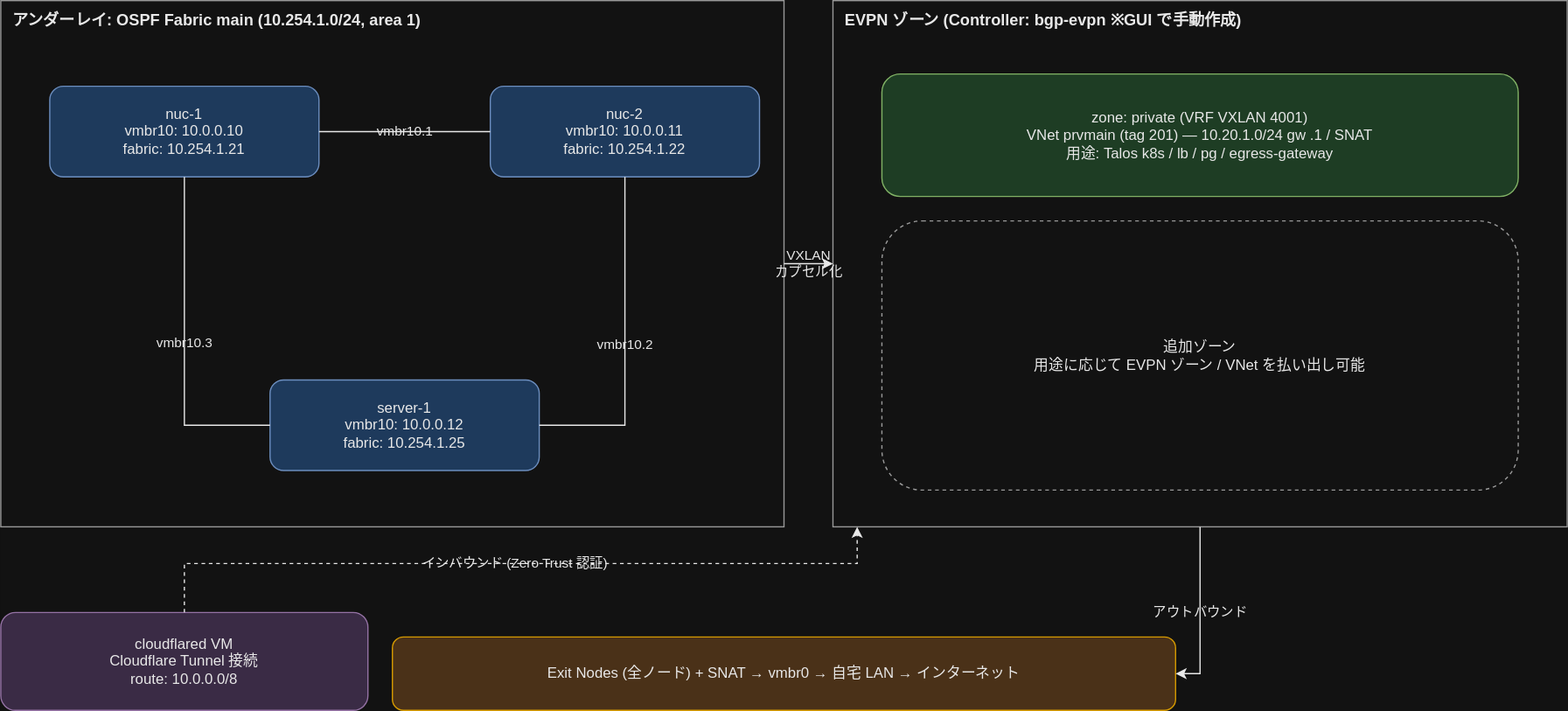
Above: docs/architecture-network.drawio.svg in k-wa-wa/nuage-cluster (draw.io), before the change. Source tidied: cells renumbered, new cells last; positions are measured from the earlier drawing's top-left corner, leaving out a move shared by most shapes.
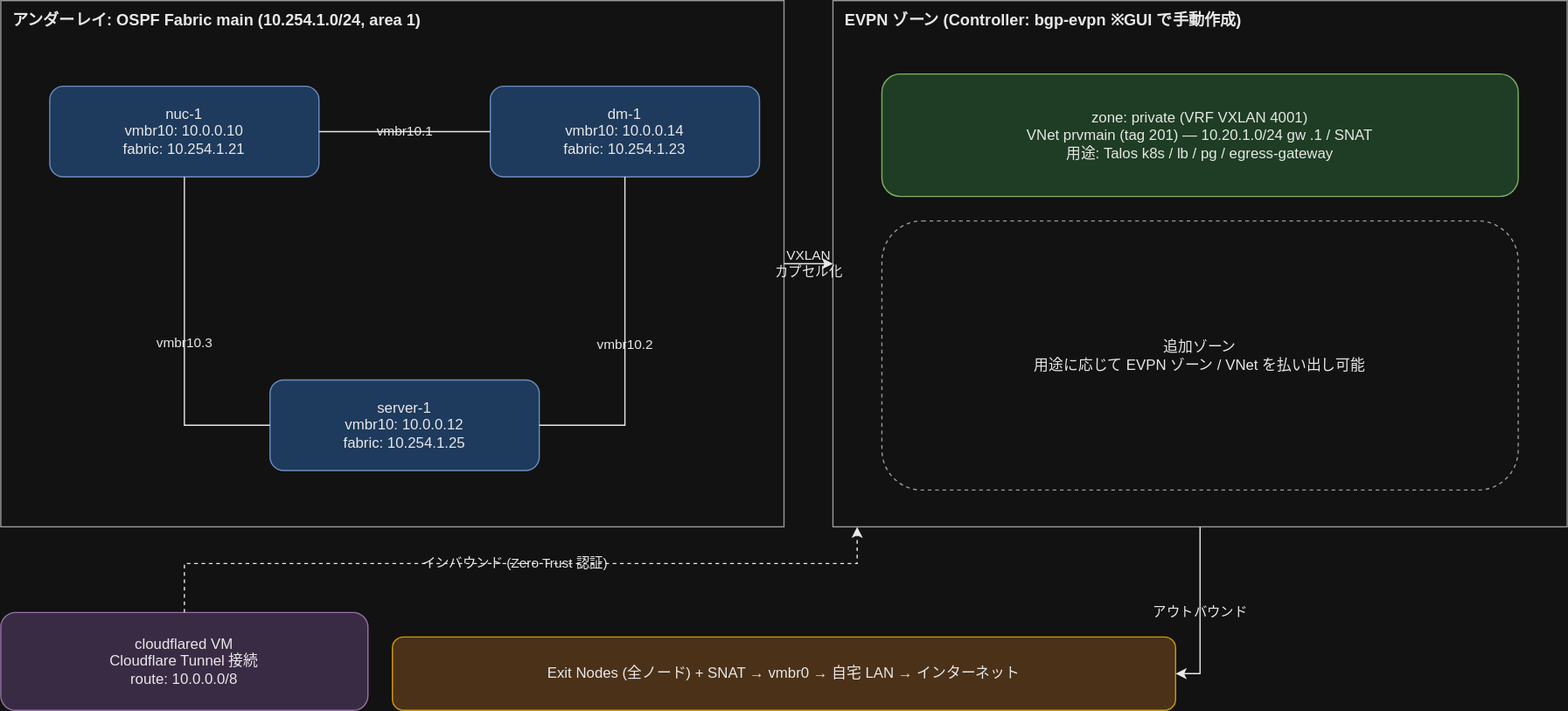
The same diagram one commit later.

Change to the diagram source:
```diff
@@ -8,7 +8,7 @@
     <mxCell id="3" value="nuc-1&lt;br&gt;vmbr10: 10.0.0.10&lt;br&gt;fabric: 10.254.1.21" style="rounded=1;whiteSpace=wrap;html=1;fontSize=12;fillColor=#1e3a5c;strokeColor=#6c8ebf;fontColor=#e8e8e8;" parent="1" vertex="1">
       <mxGeometry x="40" y="70" width="220" height="74" as="geometry" />
     </mxCell>
-    <mxCell id="4" value="nuc-2&lt;br&gt;vmbr10: 10.0.0.11&lt;br&gt;fabric: 10.254.1.22" style="rounded=1;whiteSpace=wrap;html=1;fontSize=12;fillColor=#1e3a5c;strokeColor=#6c8ebf;fontColor=#e8e8e8;" parent="1" vertex="1">
+    <mxCell id="4" value="dm-1&lt;br&gt;vmbr10: 10.0.0.14&lt;br&gt;fabric: 10.254.1.23" style="rounded=1;whiteSpace=wrap;html=1;fontSize=12;fillColor=#1e3a5c;strokeColor=#6c8ebf;fontColor=#e8e8e8;" parent="1" vertex="1">
       <mxGeometry x="400" y="70" width="220" height="74" as="geometry" />
     </mxCell>
     <mxCell id="5" value="server-1&lt;br&gt;vmbr10: 10.0.0.12&lt;br&gt;fabric: 10.254.1.25" style="rounded=1;whiteSpace=wrap;html=1;fontSize=12;fillColor=#1e3a5c;strokeColor=#6c8ebf;fontColor=#e8e8e8;" parent="1" vertex="1">
```
